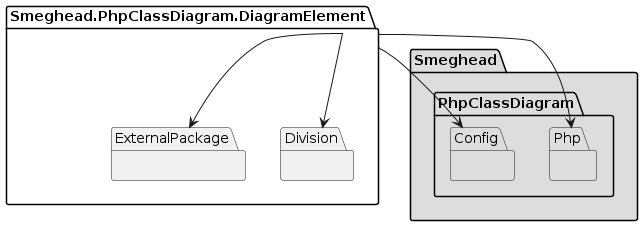
The PlantUML diagram dogfood-package.png in smeghead/php-class-diagram, before a commit.
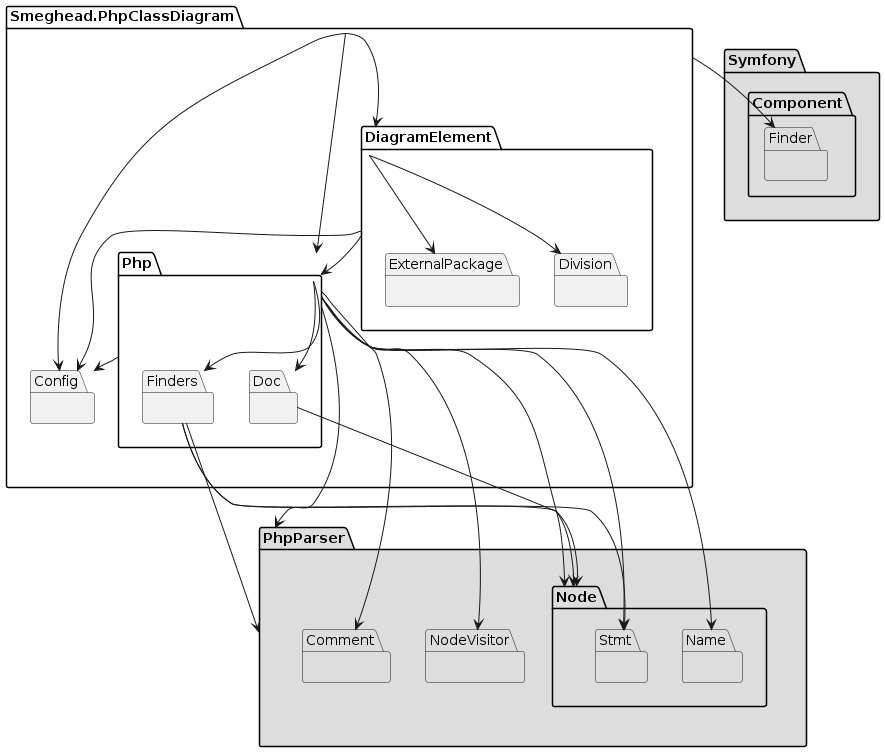
The same diagram one commit later.

What changed in the source:
```diff
@@ -1,19 +1,56 @@
 @startuml package-related-diagram
-  package Smeghead.PhpClassDiagram.DiagramElement as DiagramElement {
-    package Division {
+  package Smeghead.PhpClassDiagram as PhpClassDiagram {
+    package Php {
+      package Doc {
+      }
+      package Finders {
+      }
     }
-    package ExternalPackage {
+    package Config {
     }
-  }
-  package Smeghead #DDDDDD {
-    package PhpClassDiagram #DDDDDD {
-      package Php #DDDDDD {
+    package DiagramElement {
+      package Division {
       }
-      package Config #DDDDDD {
+      package ExternalPackage {
       }
     }
   }
+  package Symfony #DDDDDD {
+    package Component #DDDDDD {
+      package Finder #DDDDDD {
+      }
+    }
+  }
+  package PhpParser #DDDDDD {
+    package Comment #DDDDDD {
+    }
+    package Node #DDDDDD {
+      package Stmt #DDDDDD {
+      }
+      package Name #DDDDDD {
+      }
+    }
+    package NodeVisitor #DDDDDD {
+    }
+  }
 
+  PhpClassDiagram --> Finder
+  PhpClassDiagram --> Config
+  PhpClassDiagram --> DiagramElement
+  PhpClassDiagram --> Php
+  Php --> Comment
+  Php --> Stmt
+  Php --> Doc
+  Php --> Node
+  Php --> Name
+  Php --> PhpParser
+  Php --> Finders
+  Php --> NodeVisitor
+  Php --> Config
+  Doc --> Node
+  Finders --> PhpParser
+  Finders --> Node
+  Finders --> Stmt
   DiagramElement --> Php
   DiagramElement --> Config
   DiagramElement --> Division
```
